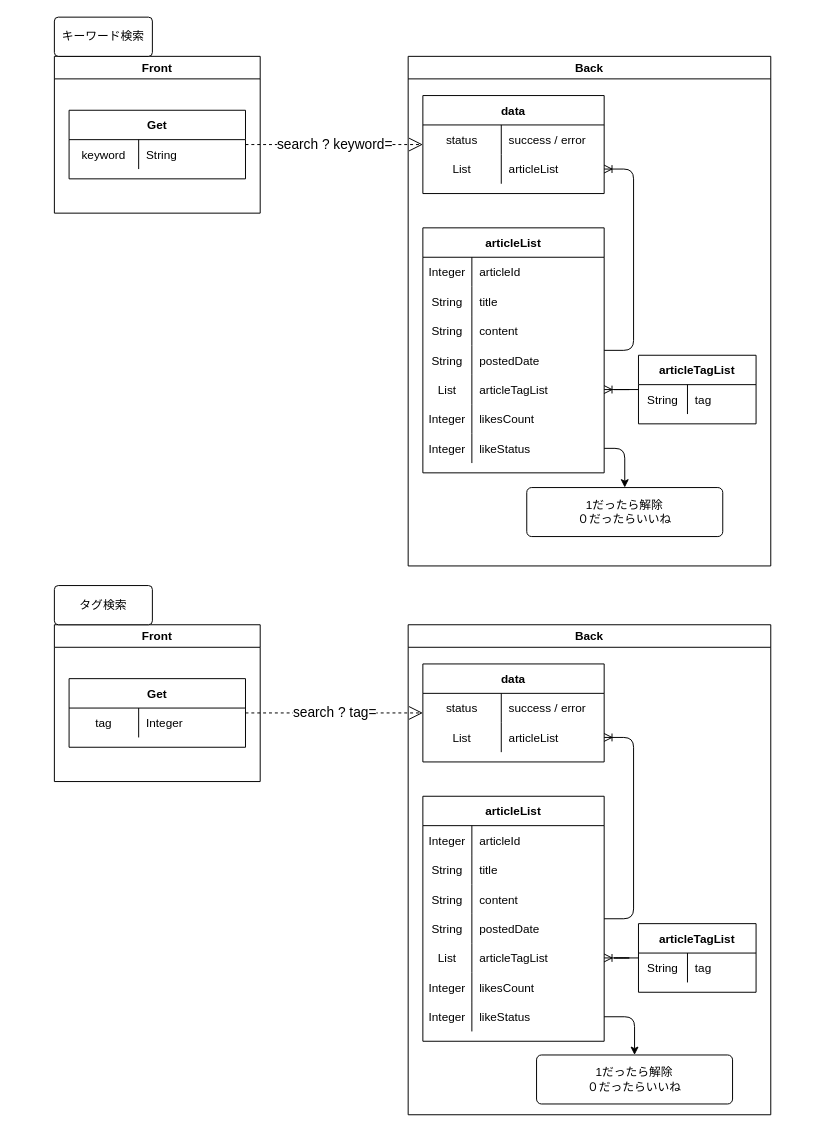
Above: page "[表示]検索記事一覧" (3 of 17) of Designs/基本設計.drawio in yusuke-rakus/Qiish (draw.io), before the change. Source tidied: cells renumbered, new cells numbered last; positions are measured from the earlier drawing's top-left corner, leaving out a move shared by most shapes. Both pictures are drawn from the tidied source at 98%, with x=0, y=0 at pixel (54, 17).
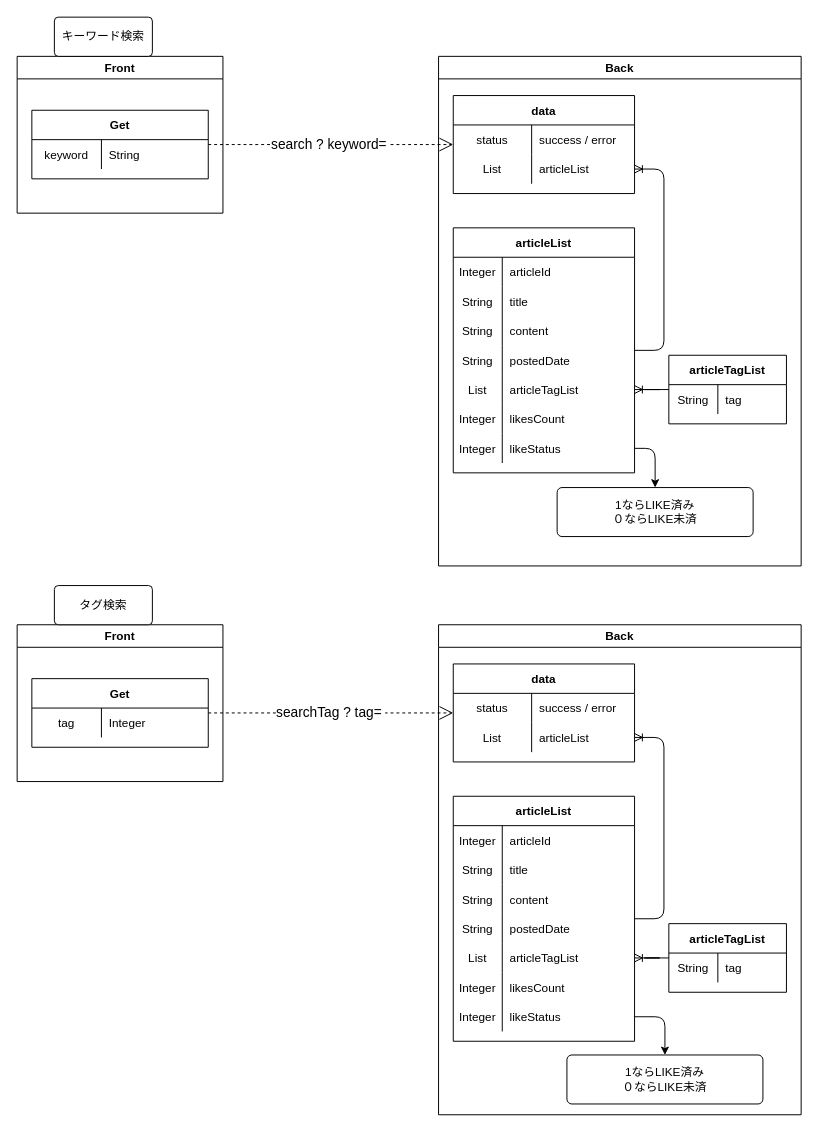
The same page after the edit.

Unchanged cells that the change refers to:
```xml
<mxCell id="3" value="data" style="shape=table;startSize=30;childLayout=tableLayout;rowLines=0;fontStyle=1;align=center;" parent="2" vertex="1">
  <mxGeometry x="15" y="40" width="185" height="100" as="geometry" />
</mxCell>
<mxCell id="42" value="Get" style="shape=table;startSize=30;childLayout=tableLayout;rowLines=0;fontStyle=1;align=center;" parent="41" vertex="1">
  <mxGeometry x="15" y="55" width="180" height="70" as="geometry" />
</mxCell>
<mxCell id="47" value="data" style="shape=table;startSize=30;childLayout=tableLayout;rowLines=0;fontStyle=1;align=center;" parent="46" vertex="1">
  <mxGeometry x="15" y="40" width="185" height="100" as="geometry" />
</mxCell>
<mxCell id="86" value="Get" style="shape=table;startSize=30;childLayout=tableLayout;rowLines=0;fontStyle=1;align=center;" parent="85" vertex="1">
  <mxGeometry x="15" y="55" width="180" height="70" as="geometry" />
</mxCell>
```

Diff of the diagram source:
```diff
@@
     <mxCell id="2" value="Back" style="swimlane;" parent="1" vertex="1">
-      <mxGeometry x="361" y="40" width="370" height="520" as="geometry" />
+      <mxGeometry x="392" y="40" width="370" height="520" as="geometry" />
     </mxCell>
@@
-    <mxCell id="38" value="1だったら解除&lt;br&gt;０だったらいいね" style="rounded=1;arcSize=10;whiteSpace=wrap;html=1;align=center;" parent="2" vertex="1">
+    <mxCell id="38" value="1ならLIKE済み&lt;br&gt;０ならLIKE未済" style="rounded=1;arcSize=10;whiteSpace=wrap;html=1;align=center;" parent="2" vertex="1">
       <mxGeometry x="121" y="440" width="200" height="50" as="geometry" />
     </mxCell>
@@
-    <mxCell id="40" value="&lt;font style=&quot;font-size: 14px&quot;&gt;search ? keyword=&lt;/font&gt;" style="endArrow=open;endSize=12;dashed=1;html=1;" parent="1" edge="1" source="42" target="3">
+    <mxCell id="40" value="&lt;font style=&quot;font-size: 14px&quot;&gt;search ? keyword=&amp;nbsp;&lt;/font&gt;" style="endArrow=open;endSize=12;dashed=1;html=1;" parent="1" edge="1" source="42" target="3">
       <mxGeometry relative="1" as="geometry" />
     </mxCell>
     <mxCell id="41" value="Front" style="swimlane;" parent="1" vertex="1">
-      <mxGeometry y="40" width="210" height="160" as="geometry" />
+      <mxGeometry x="-38" y="40" width="210" height="160" as="geometry" />
     </mxCell>
@@
     <mxCell id="46" value="Back" style="swimlane;" parent="1" vertex="1">
-      <mxGeometry x="361" y="620" width="370" height="500" as="geometry" />
+      <mxGeometry x="392" y="620" width="370" height="500" as="geometry" />
     </mxCell>
@@
-    <mxCell id="82" value="1だったら解除&lt;br&gt;０だったらいいね" style="rounded=1;arcSize=10;whiteSpace=wrap;html=1;align=center;" parent="46" vertex="1">
+    <mxCell id="82" value="1ならLIKE済み&lt;br&gt;０ならLIKE未済" style="rounded=1;arcSize=10;whiteSpace=wrap;html=1;align=center;" parent="46" vertex="1">
       <mxGeometry x="131" y="439" width="200" height="50" as="geometry" />
     </mxCell>
@@
-    <mxCell id="84" value="&lt;font style=&quot;font-size: 14px&quot;&gt;search ? tag=&lt;/font&gt;" style="endArrow=open;endSize=12;dashed=1;html=1;" parent="1" edge="1" source="86" target="47">
+    <mxCell id="84" value="&lt;font style=&quot;font-size: 14px&quot;&gt;searchTag ? tag=&amp;nbsp;&lt;/font&gt;" style="endArrow=open;endSize=12;dashed=1;html=1;" parent="1" edge="1" source="86" target="47">
       <mxGeometry relative="1" as="geometry" />
     </mxCell>
     <mxCell id="85" value="Front" style="swimlane;" parent="1" vertex="1">
-      <mxGeometry y="620" width="210" height="160" as="geometry" />
+      <mxGeometry x="-38" y="620" width="210" height="160" as="geometry" />
     </mxCell>
```
